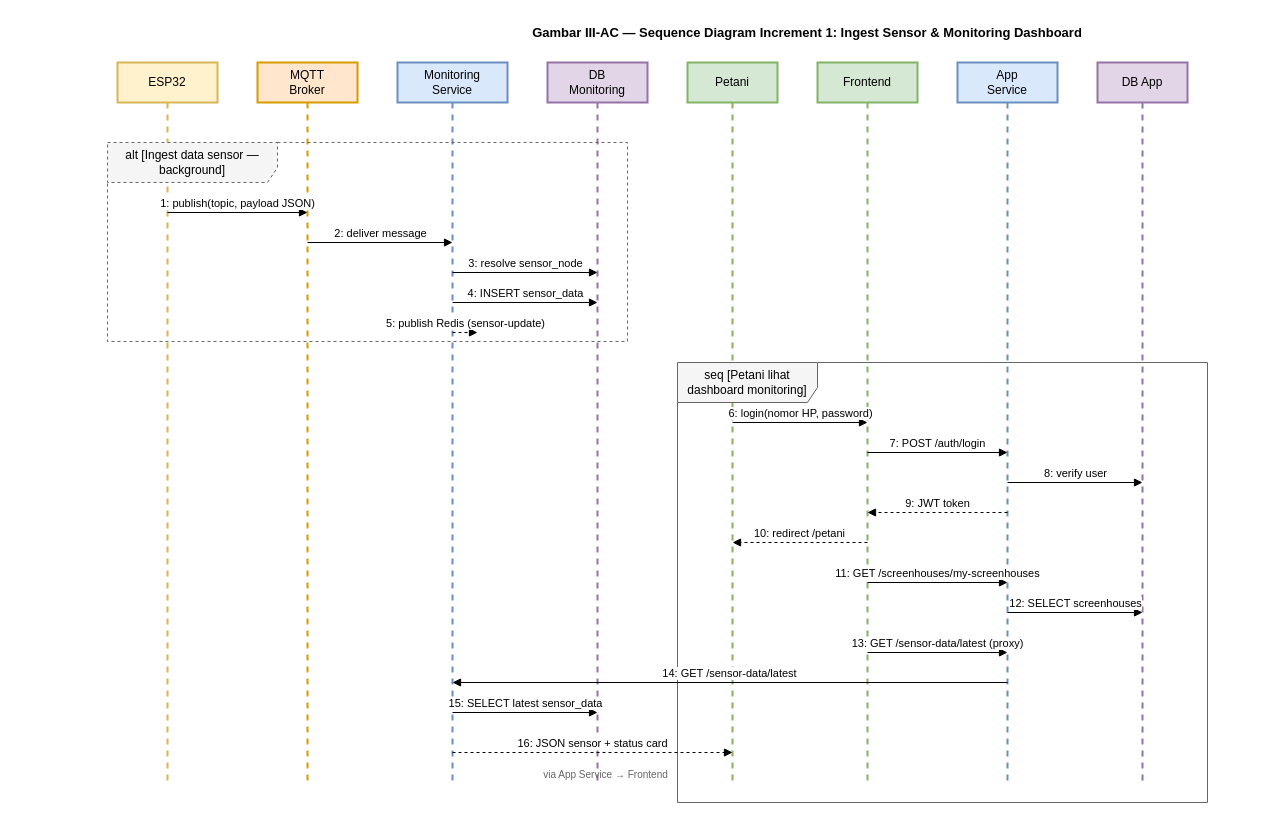
The draw.io diagram docs/diagrams/06-sequence-increment-1-monitoring.drawio in fathyaa/screenhouse-monitoring, before the edit. Source tidied: cells renumbered, new cells numbered last; positions are measured from the earlier drawing's top-left corner, leaving out a move shared by most shapes. Both pictures are drawn from the tidied source at 100%, with x=0, y=0 at pixel (107, 17).
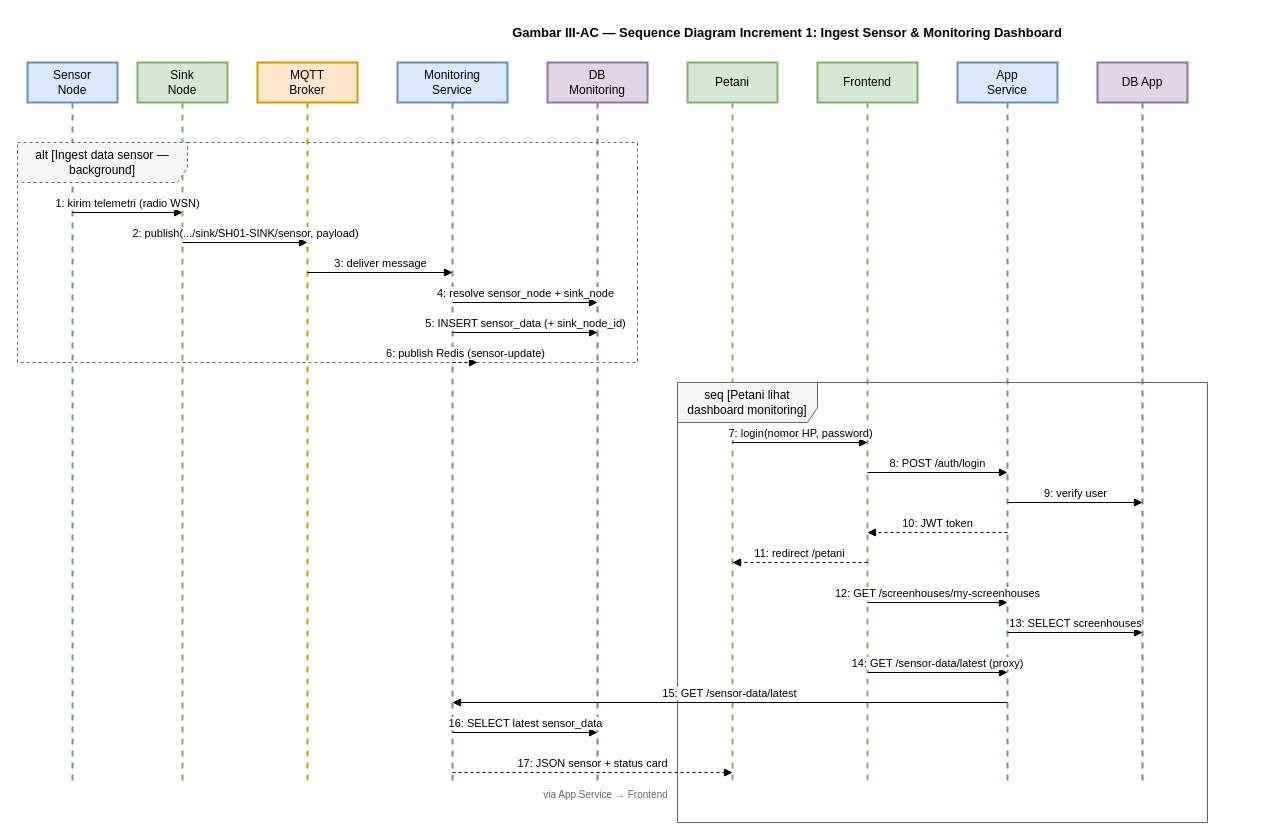
The same page after the edit.

Diff of the diagram source:
```diff
@@
     <mxCell id="2" value="Gambar III-AC — Sequence Diagram Increment 1: Ingest Sensor &amp; Monitoring Dashboard" style="text;html=1;strokeColor=none;fillColor=none;align=center;verticalAlign=middle;whiteSpace=wrap;rounded=0;fontStyle=1;fontSize=13;" parent="1" vertex="1">
-      <mxGeometry x="250" width="900" height="30" as="geometry" />
+      <mxGeometry x="230" width="900" height="30" as="geometry" />
     </mxCell>
-    <mxCell id="3" value="ESP32" style="shape=umlLifeline;perimeter=lifelinePerimeter;whiteSpace=wrap;html=1;fillColor=#fff2cc;strokeColor=#d6b656;strokeWidth=2;" parent="1" vertex="1">
-      <mxGeometry x="10" y="45" width="100" height="720" as="geometry" />
-    </mxCell>
+    <mxCell id="30" value="Sensor&#10;Node" style="shape=umlLifeline;perimeter=lifelinePerimeter;whiteSpace=wrap;html=1;fillColor=#dae8fc;strokeColor=#6c8ebf;strokeWidth=2;" parent="1" vertex="1">
+      <mxGeometry x="-80" y="45" width="90" height="720" as="geometry" />
+    </mxCell>
+    <mxCell id="31" value="Sink&#10;Node" style="shape=umlLifeline;perimeter=lifelinePerimeter;whiteSpace=wrap;html=1;fillColor=#d5e8d4;strokeColor=#82b366;strokeWidth=2;" parent="1" vertex="1">
+      <mxGeometry x="30" y="45" width="90" height="720" as="geometry" />
+    </mxCell>
@@
     <mxCell id="11" value="alt [Ingest data sensor — background]" style="shape=umlFrame;whiteSpace=wrap;html=1;width=170;height=40;fillColor=#f5f5f5;strokeColor=#666666;dashed=1;" parent="1" vertex="1">
-      <mxGeometry y="125" width="520" height="199" as="geometry" />
+      <mxGeometry x="-90" y="125" width="620" height="220" as="geometry" />
     </mxCell>
-    <mxCell id="12" value="1: publish(topic, payload JSON)" style="html=1;verticalAlign=bottom;endArrow=block;rounded=0;" parent="1" edge="1">
+    <mxCell id="12" value="1: kirim telemetri (radio WSN)" style="html=1;verticalAlign=bottom;endArrow=block;rounded=0;" parent="1" edge="1">
       <mxGeometry relative="1" as="geometry">
-        <mxPoint x="60" y="195" as="sourcePoint" />
-        <mxPoint x="200" y="195" as="targetPoint" />
+        <mxPoint x="-35" y="195" as="sourcePoint" />
+        <mxPoint x="75" y="195" as="targetPoint" />
       </mxGeometry>
     </mxCell>
-    <mxCell id="13" value="2: deliver message" style="html=1;verticalAlign=bottom;endArrow=block;rounded=0;" parent="1" edge="1">
+    <mxCell id="13" value="2: publish(.../sink/SH01-SINK/sensor, payload)" style="html=1;verticalAlign=bottom;endArrow=block;rounded=0;" parent="1" edge="1">
       <mxGeometry relative="1" as="geometry">
-        <mxPoint x="200" y="225" as="sourcePoint" />
-        <mxPoint x="345" y="225" as="targetPoint" />
+        <mxPoint x="75" y="225" as="sourcePoint" />
+        <mxPoint x="200" y="225" as="targetPoint" />
       </mxGeometry>
     </mxCell>
-    <mxCell id="14" value="3: resolve sensor_node" style="html=1;verticalAlign=bottom;endArrow=block;rounded=0;" parent="1" edge="1">
+    <mxCell id="14" value="3: deliver message" style="html=1;verticalAlign=bottom;endArrow=block;rounded=0;" parent="1" edge="1">
       <mxGeometry relative="1" as="geometry">
-        <mxPoint x="345" y="255" as="sourcePoint" />
-        <mxPoint x="490" y="255" as="targetPoint" />
+        <mxPoint x="200" y="255" as="sourcePoint" />
+        <mxPoint x="345" y="255" as="targetPoint" />
       </mxGeometry>
     </mxCell>
-    <mxCell id="15" value="4: INSERT sensor_data" style="html=1;verticalAlign=bottom;endArrow=block;rounded=0;" parent="1" edge="1">
+    <mxCell id="15" value="4: resolve sensor_node + sink_node" style="html=1;verticalAlign=bottom;endArrow=block;rounded=0;" parent="1" edge="1">
       <mxGeometry relative="1" as="geometry">
         <mxPoint x="345" y="285" as="sourcePoint" />
         <mxPoint x="490" y="285" as="targetPoint" />
       </mxGeometry>
     </mxCell>
-    <mxCell id="16" value="5: publish Redis (sensor-update)" style="html=1;verticalAlign=bottom;endArrow=block;rounded=0;dashed=1;" parent="1" edge="1">
+    <mxCell id="16" value="5: INSERT sensor_data (+ sink_node_id)" style="html=1;verticalAlign=bottom;endArrow=block;rounded=0;" parent="1" edge="1">
       <mxGeometry relative="1" as="geometry">
         <mxPoint x="345" y="315" as="sourcePoint" />
-        <mxPoint x="370" y="315" as="targetPoint" />
+        <mxPoint x="490" y="315" as="targetPoint" />
       </mxGeometry>
     </mxCell>
+    <mxCell id="32" value="6: publish Redis (sensor-update)" style="html=1;verticalAlign=bottom;endArrow=block;rounded=0;dashed=1;" parent="1" edge="1">
+      <mxGeometry relative="1" as="geometry">
+        <mxPoint x="345" y="345" as="sourcePoint" />
+        <mxPoint x="370" y="345" as="targetPoint" />
+      </mxGeometry>
+    </mxCell>
     <mxCell id="17" value="seq [Petani lihat dashboard monitoring]" style="shape=umlFrame;whiteSpace=wrap;html=1;width=140;height=40;fillColor=#f5f5f5;strokeColor=#666666;" parent="1" vertex="1">
-      <mxGeometry x="570" y="345" width="530" height="440" as="geometry" />
+      <mxGeometry x="570" y="365" width="530" height="440" as="geometry" />
     </mxCell>
-    <mxCell id="18" value="6: login(nomor HP, password)" style="html=1;verticalAlign=bottom;endArrow=block;rounded=0;" parent="1" edge="1">
+    <mxCell id="18" value="7: login(nomor HP, password)" style="html=1;verticalAlign=bottom;endArrow=block;rounded=0;" parent="1" edge="1">
       <mxGeometry relative="1" as="geometry">
-        <mxPoint x="625" y="405" as="sourcePoint" />
-        <mxPoint x="760" y="405" as="targetPoint" />
+        <mxPoint x="625" y="425" as="sourcePoint" />
+        <mxPoint x="760" y="425" as="targetPoint" />
       </mxGeometry>
     </mxCell>
-    <mxCell id="19" value="7: POST /auth/login" style="html=1;verticalAlign=bottom;endArrow=block;rounded=0;" parent="1" edge="1">
+    <mxCell id="19" value="8: POST /auth/login" style="html=1;verticalAlign=bottom;endArrow=block;rounded=0;" parent="1" edge="1">
       <mxGeometry relative="1" as="geometry">
-        <mxPoint x="760" y="435" as="sourcePoint" />
-        <mxPoint x="900" y="435" as="targetPoint" />
+        <mxPoint x="760" y="455" as="sourcePoint" />
+        <mxPoint x="900" y="455" as="targetPoint" />
       </mxGeometry>
     </mxCell>
-    <mxCell id="20" value="8: verify user" style="html=1;verticalAlign=bottom;endArrow=block;rounded=0;" parent="1" edge="1">
+    <mxCell id="20" value="9: verify user" style="html=1;verticalAlign=bottom;endArrow=block;rounded=0;" parent="1" edge="1">
       <mxGeometry relative="1" as="geometry">
-        <mxPoint x="900" y="465" as="sourcePoint" />
-        <mxPoint x="1035" y="465" as="targetPoint" />
+        <mxPoint x="900" y="485" as="sourcePoint" />
+        <mxPoint x="1035" y="485" as="targetPoint" />
       </mxGeometry>
     </mxCell>
-    <mxCell id="21" value="9: JWT token" style="html=1;verticalAlign=bottom;endArrow=block;rounded=0;dashed=1;" parent="1" edge="1">
+    <mxCell id="21" value="10: JWT token" style="html=1;verticalAlign=bottom;endArrow=block;rounded=0;dashed=1;" parent="1" edge="1">
       <mxGeometry relative="1" as="geometry">
-        <mxPoint x="900" y="495" as="sourcePoint" />
-        <mxPoint x="760" y="495" as="targetPoint" />
+        <mxPoint x="900" y="515" as="sourcePoint" />
+        <mxPoint x="760" y="515" as="targetPoint" />
       </mxGeometry>
     </mxCell>
-    <mxCell id="22" value="10: redirect /petani" style="html=1;verticalAlign=bottom;endArrow=block;rounded=0;dashed=1;" parent="1" edge="1">
+    <mxCell id="22" value="11: redirect /petani" style="html=1;verticalAlign=bottom;endArrow=block;rounded=0;dashed=1;" parent="1" edge="1">
       <mxGeometry relative="1" as="geometry">
-        <mxPoint x="760" y="525" as="sourcePoint" />
-        <mxPoint x="625" y="525" as="targetPoint" />
+        <mxPoint x="760" y="545" as="sourcePoint" />
+        <mxPoint x="625" y="545" as="targetPoint" />
       </mxGeometry>
     </mxCell>
-    <mxCell id="23" value="11: GET /screenhouses/my-screenhouses" style="html=1;verticalAlign=bottom;endArrow=block;rounded=0;" parent="1" edge="1">
+    <mxCell id="23" value="12: GET /screenhouses/my-screenhouses" style="html=1;verticalAlign=bottom;endArrow=block;rounded=0;" parent="1" edge="1">
       <mxGeometry relative="1" as="geometry">
-        <mxPoint x="760" y="565" as="sourcePoint" />
-        <mxPoint x="900" y="565" as="targetPoint" />
+        <mxPoint x="760" y="585" as="sourcePoint" />
+        <mxPoint x="900" y="585" as="targetPoint" />
       </mxGeometry>
     </mxCell>
-    <mxCell id="24" value="12: SELECT screenhouses" style="html=1;verticalAlign=bottom;endArrow=block;rounded=0;" parent="1" edge="1">
+    <mxCell id="24" value="13: SELECT screenhouses" style="html=1;verticalAlign=bottom;endArrow=block;rounded=0;" parent="1" edge="1">
       <mxGeometry relative="1" as="geometry">
-        <mxPoint x="900" y="595" as="sourcePoint" />
-        <mxPoint x="1035" y="595" as="targetPoint" />
+        <mxPoint x="900" y="615" as="sourcePoint" />
+        <mxPoint x="1035" y="615" as="targetPoint" />
       </mxGeometry>
     </mxCell>
-    <mxCell id="25" value="13: GET /sensor-data/latest (proxy)" style="html=1;verticalAlign=bottom;endArrow=block;rounded=0;" parent="1" edge="1">
+    <mxCell id="25" value="14: GET /sensor-data/latest (proxy)" style="html=1;verticalAlign=bottom;endArrow=block;rounded=0;" parent="1" edge="1">
       <mxGeometry relative="1" as="geometry">
-        <mxPoint x="760" y="635" as="sourcePoint" />
-        <mxPoint x="900" y="635" as="targetPoint" />
+        <mxPoint x="760" y="655" as="sourcePoint" />
+        <mxPoint x="900" y="655" as="targetPoint" />
       </mxGeometry>
     </mxCell>
-    <mxCell id="26" value="14: GET /sensor-data/latest" style="html=1;verticalAlign=bottom;endArrow=block;rounded=0;" parent="1" edge="1">
+    <mxCell id="26" value="15: GET /sensor-data/latest" style="html=1;verticalAlign=bottom;endArrow=block;rounded=0;" parent="1" edge="1">
       <mxGeometry relative="1" as="geometry">
-        <mxPoint x="900" y="665" as="sourcePoint" />
-        <mxPoint x="345" y="665" as="targetPoint" />
+        <mxPoint x="900" y="685" as="sourcePoint" />
+        <mxPoint x="345" y="685" as="targetPoint" />
       </mxGeometry>
     </mxCell>
-    <mxCell id="27" value="15: SELECT latest sensor_data" style="html=1;verticalAlign=bottom;endArrow=block;rounded=0;" parent="1" edge="1">
+    <mxCell id="27" value="16: SELECT latest sensor_data" style="html=1;verticalAlign=bottom;endArrow=block;rounded=0;" parent="1" edge="1">
       <mxGeometry relative="1" as="geometry">
-        <mxPoint x="345" y="695" as="sourcePoint" />
-        <mxPoint x="490" y="695" as="targetPoint" />
+        <mxPoint x="345" y="715" as="sourcePoint" />
+        <mxPoint x="490" y="715" as="targetPoint" />
       </mxGeometry>
     </mxCell>
-    <mxCell id="28" value="16: JSON sensor + status card" style="html=1;verticalAlign=bottom;endArrow=block;rounded=0;dashed=1;" parent="1" edge="1">
+    <mxCell id="28" value="17: JSON sensor + status card" style="html=1;verticalAlign=bottom;endArrow=block;rounded=0;dashed=1;" parent="1" edge="1">
       <mxGeometry relative="1" as="geometry">
-        <mxPoint x="345" y="735" as="sourcePoint" />
-        <mxPoint x="625" y="735" as="targetPoint" />
+        <mxPoint x="345" y="755" as="sourcePoint" />
+        <mxPoint x="625" y="755" as="targetPoint" />
       </mxGeometry>
     </mxCell>
     <mxCell id="29" value="via App Service → Frontend" style="text;html=1;align=center;fontSize=10;fontColor=#666666;" parent="1" vertex="1">
-      <mxGeometry x="418" y="745" width="160" height="20" as="geometry" />
+      <mxGeometry x="418" y="765" width="160" height="20" as="geometry" />
     </mxCell>
```
